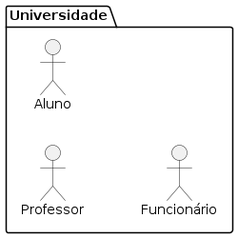
The PlantUML diagram Universidade.png in Aquiles-Moroni/eng1, before a commit. The source it was exported from:
```plantuml
@startuml

left to right direction

package Universidade {
  actor Professor as p
  actor Aluno as a
  actor Funcionário as f
}

@enduml
```
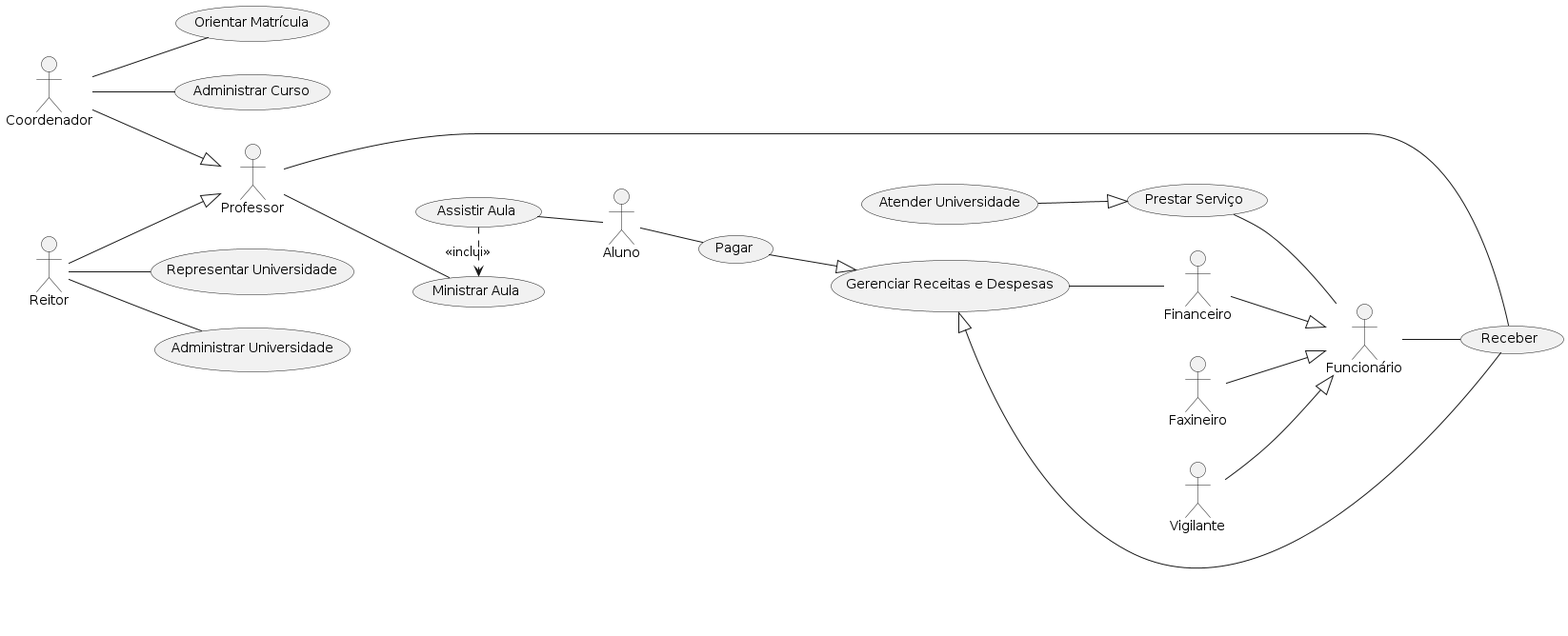
After the change.

Change to the diagram source:
```diff
@@ -2,10 +2,46 @@
 
 left to right direction
 
-package Universidade {
-  actor Professor as p
-  actor Aluno as a
-  actor Funcionário as f
-}
+  actor Coordenador as coo
+  actor Professor as profe
+  actor Aluno as alu
+  actor Reitor as rei
+  actor Funcionário as fun
+  actor Faxineiro as fax
+  actor Vigilante as vig
+  actor Financeiro as fin
+
+  usecase "Ministrar Aula" as UC1
+  usecase "Orientar Matrícula" as UC3
+  usecase "Administrar Curso" as UC4
+  usecase "Administrar Universidade" as UC5
+  usecase "Representar Universidade" as UC6
+  usecase "Assistir Aula" as UC7
+  usecase "Prestar Serviço" as UC11
+  usecase "Atender Universidade" as UC10
+  usecase "Gerenciar Receitas e Despesas" as UC9
+  usecase "Pagar" as UC8
+  usecase "Receber" as UC2
+
+profe -- UC1
+profe -- UC2
+coo -- UC3
+coo -- UC4
+coo --|> profe
+rei --|> profe
+rei -- UC5
+rei -- UC6
+(UC7) .> (UC1) : <<inclui>>
+UC7 -- alu
+alu -- UC8
+UC8 --|> UC9
+UC2 --|> UC9
+UC9 -- fin
+UC10 --|> UC11
+UC11  -- fun
+vig --|> fun
+fax --|> fun
+fin --|> fun
+fun -- UC2
 
 @enduml
```
